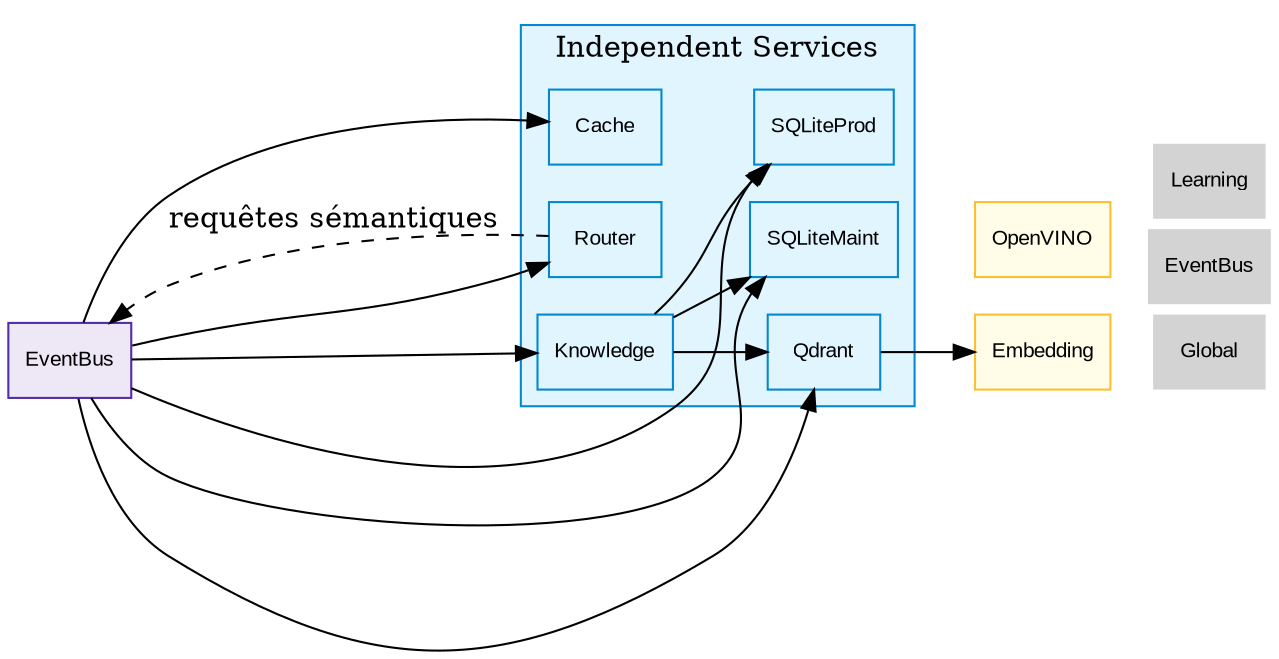
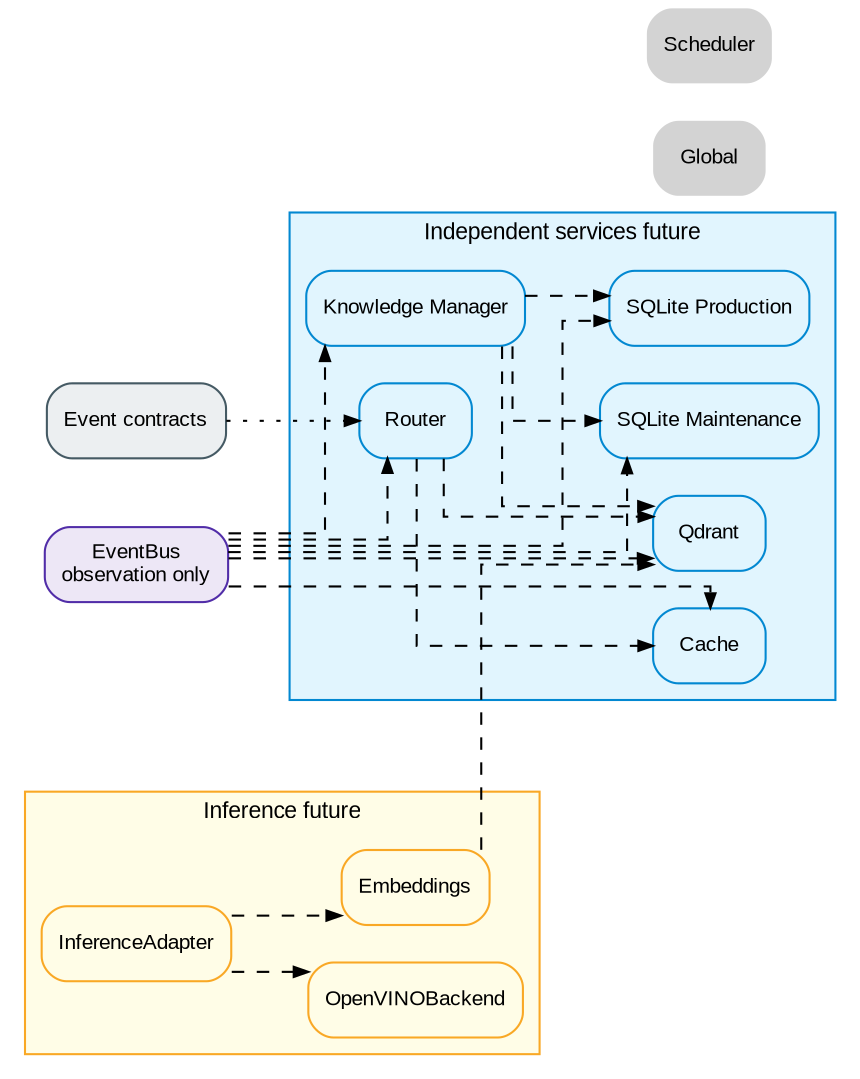
digraph Services {
    rankdir=LR;
-     node [shape=box, style=filled, fontname="Arial", fontsize=10];
+     splines=ortho;
+ 
+     graph [fontname="Arial", fontsize=11];
+     node  [shape=box, style="rounded,filled", fontname="Arial", fontsize=10];
+     edge  [fontname="Arial", fontsize=9, arrowsize=0.7];
+ 
+     EventBus [label="EventBus\nobservation only", fillcolor="#ede7f6", color="#512da8", URL="../scheduler/10_scheduler.svg"];
+     EventContracts [label="Event contracts", fillcolor="#eceff1", color="#455a64"];

    subgraph cluster_services {
-         label="Independent Services";
-         color="#0288d1"; bgcolor="#e1f5fe";
+         label="Independent services future";
+         color="#0288d1";
+         bgcolor="#e1f5fe";
        node [fillcolor="#e1f5fe", color="#0288d1"];
-         SQLiteProd [URL="30_services.svg"];
-         SQLiteMaint[URL="30_services.svg"];
-         Qdrant  [URL="30_services.svg"];
-         Cache   [URL="30_services.svg"];
-         Knowledge[URL="30_services.svg"];
-         Router  [URL="30_services.svg"];
+         Router;
+         SQLiteProd  [label="SQLite Production"];
+         SQLiteMaint [label="SQLite Maintenance"];
+         Qdrant;
+         Cache;
+         Knowledge   [label="Knowledge Manager"];
    }

-     EventBus [fillcolor="#ede7f6", color="#512da8", URL="../scheduler/event_bus/12_event_bus.svg"];
-     Embedding [fillcolor="#fffde7", color="#fbc02d", URL="../learning/60_learning.svg"];
-     OpenVINO [fillcolor="#fffde7", color="#fbc02d", URL="../learning/60_learning.svg"];
+     subgraph cluster_inference {
+         label="Inference future";
+         color="#f9a825";
+         bgcolor="#fffde7";
+         node [fillcolor="#fffde7", color="#f9a825"];
+         InferenceAdapter;
+         OpenVINOBackend;
+         Embeddings;
+     }

-     // Edges
-     EventBus -> SQLiteProd;   // Distribution
-     EventBus -> SQLiteMaint;
-     EventBus -> Qdrant;
-     EventBus -> Cache;
-     EventBus -> Knowledge;
-     EventBus -> Router;
-     Qdrant -> Embedding;      // Vecteurs → Embedding
-     Knowledge -> SQLiteProd;  // MAJ
-     Knowledge -> SQLiteMaint;
-     Knowledge -> Qdrant;
-     Router -> EventBus [style=dashed, label="requêtes sémantiques"];
+     EventContracts -> Router [style=dotted];
+     EventBus -> Router [style=dashed];
+     EventBus -> SQLiteProd [style=dashed];
+     EventBus -> SQLiteMaint [style=dashed];
+     EventBus -> Qdrant [style=dashed];
+     EventBus -> Cache [style=dashed];
+     EventBus -> Knowledge [style=dashed];

-     // Navigation
+     Knowledge -> SQLiteProd [style=dashed];
+     Knowledge -> SQLiteMaint [style=dashed];
+     Knowledge -> Qdrant [style=dashed];
+     Router -> Cache [style=dashed];
+     Router -> Qdrant [style=dashed];
+     InferenceAdapter -> OpenVINOBackend [style=dashed];
+     InferenceAdapter -> Embeddings [style=dashed];
+     Embeddings -> Qdrant [style=dashed];
+ 
    Nav_Global [label="Global", shape=plaintext, URL="../00_global.svg"];
-     Nav_EventBus [label="EventBus", shape=plaintext, URL="../scheduler/event_bus/12_event_bus.svg"];
-     Nav_Learning [label="Learning", shape=plaintext, URL="../learning/60_learning.svg"];
-     { rank=sink; Nav_Global; Nav_EventBus; Nav_Learning; }
+     Nav_Scheduler [label="Scheduler", shape=plaintext, URL="../scheduler/10_scheduler.svg"];
+     { rank=sink; Nav_Global; Nav_Scheduler; }
}
